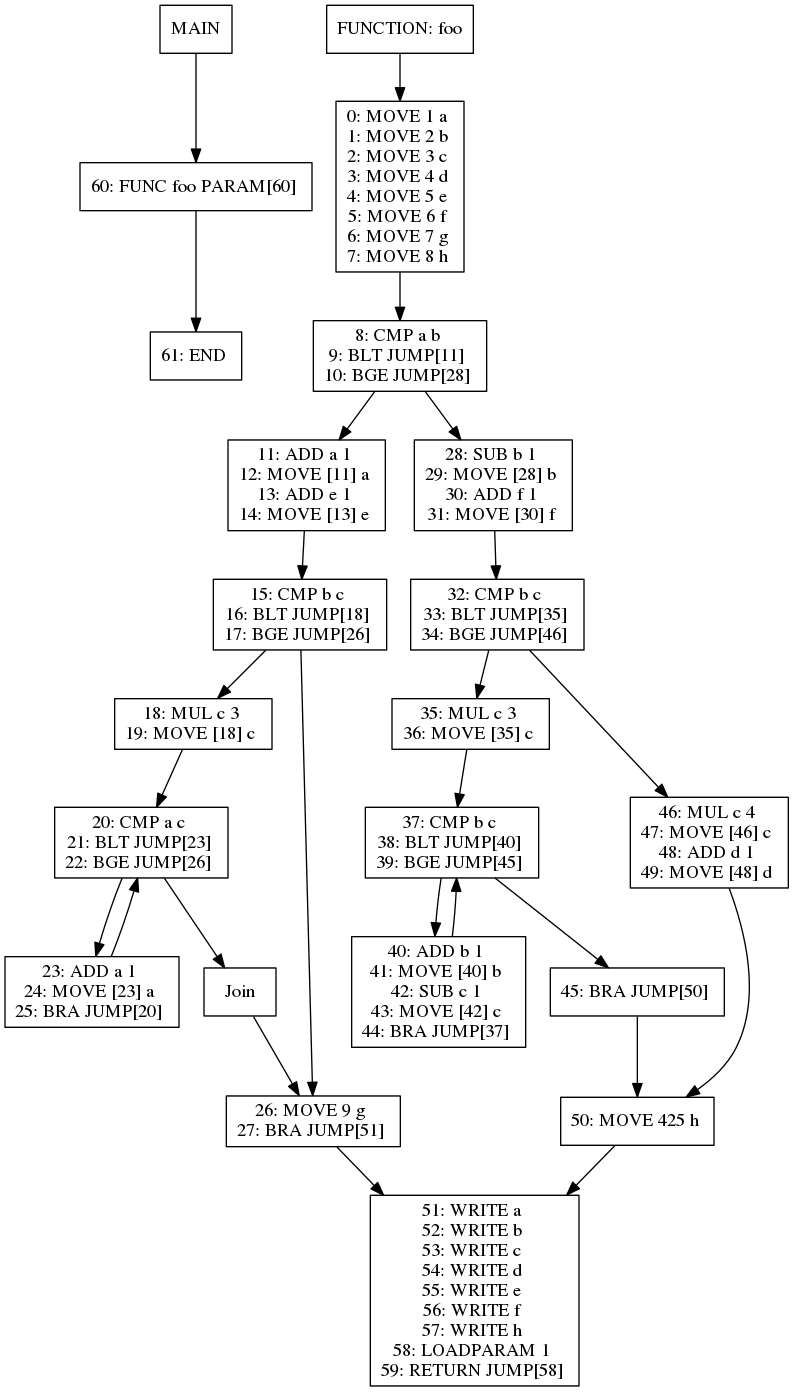
Earlier version of the Graphviz export viz/test013.dot.png (jiahanwang/PL241-Compiler). Its source is kept beside it as viz/test013.dot.
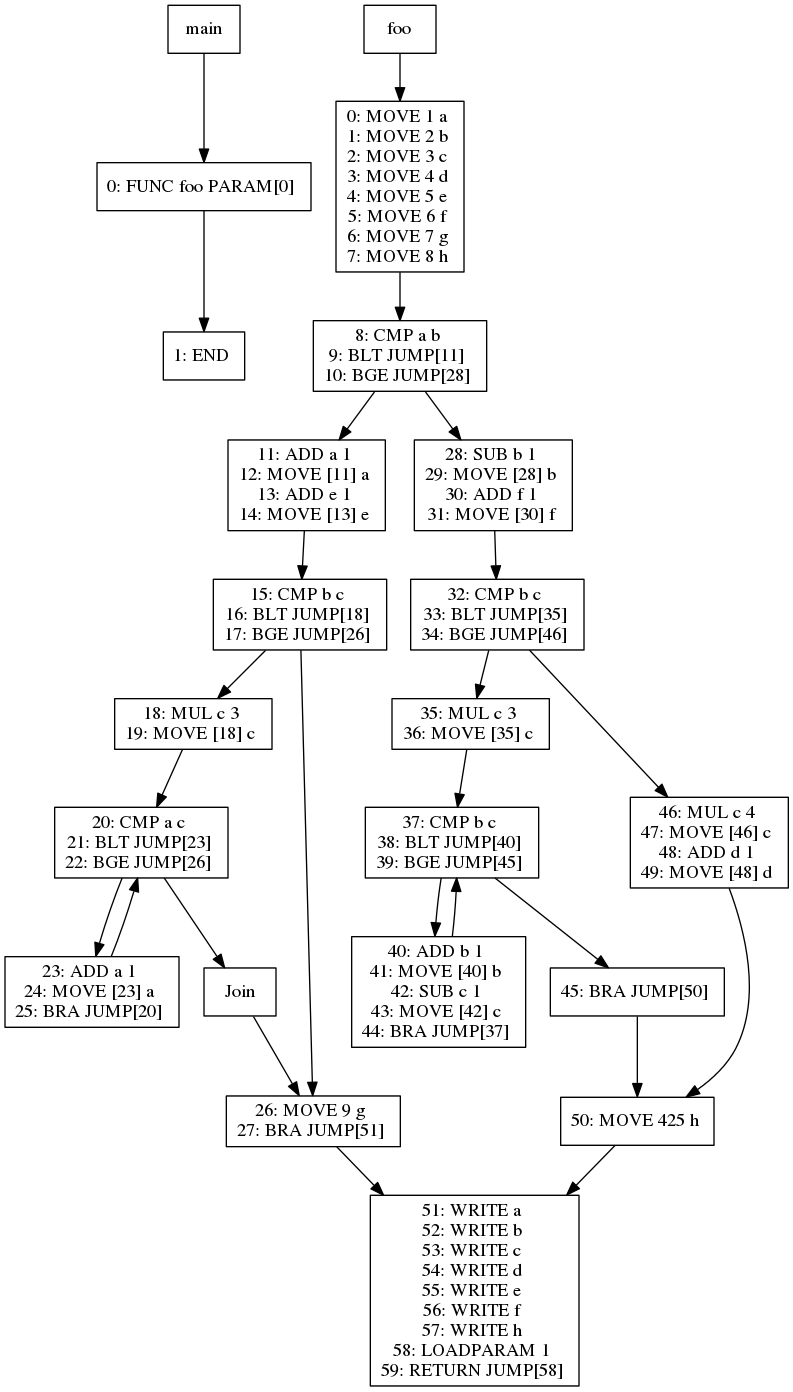
After the change.

The edit, as a diff of the source:
```diff
@@ -1,15 +1,15 @@
 digraph test013 {
 node [shape=box]
-1[label="MAIN"]
-1 -> 42
-42[label="60: FUNC foo PARAM[60]
+213[label="main"]
+213 -> 254
+254[label="0: FUNC foo PARAM[0]
 "]
-42 -> 43
-43[label="61: END
+254 -> 255
+255[label="1: END
 "]
-2[label="FUNCTION: foo"]
-2 -> 4
-4[label="0: MOVE 1 a
+214[label="foo"]
+214 -> 216
+216[label="0: MOVE 1 a
 1: MOVE 2 b
 2: MOVE 3 c
 3: MOVE 4 d
@@ -18,45 +18,45 @@
 6: MOVE 7 g
 7: MOVE 8 h
 "]
-4 -> 12
-12[label="8: CMP a b
+216 -> 224
+224[label="8: CMP a b
 9: BLT JUMP[11]
 10: BGE JUMP[28]
 "]
-12 -> 14
-14[label="11: ADD a 1
+224 -> 226
+226[label="11: ADD a 1
 12: MOVE [11] a
 13: ADD e 1
 14: MOVE [13] e
 "]
-14 -> 16
-16[label="15: CMP b c
+226 -> 228
+228[label="15: CMP b c
 16: BLT JUMP[18]
 17: BGE JUMP[26]
 "]
-16 -> 18
-18[label="18: MUL c 3
+228 -> 230
+230[label="18: MUL c 3
 19: MOVE [18] c
 "]
-18 -> 19
-19[label="20: CMP a c
+230 -> 231
+231[label="20: CMP a c
 21: BLT JUMP[23]
 22: BGE JUMP[26]
 "]
-19 -> 21
-21[label="23: ADD a 1
+231 -> 233
+233[label="23: ADD a 1
 24: MOVE [23] a
 25: BRA JUMP[20]
 "]
-21 -> 19
-19 -> 20
-20[label="Join"]
-20 -> 17
-17[label="26: MOVE 9 g
+233 -> 231
+231 -> 232
+232[label="Join"]
+232 -> 229
+229[label="26: MOVE 9 g
 27: BRA JUMP[51]
 "]
-17 -> 13
-13[label="51: WRITE a
+229 -> 225
+225[label="51: WRITE a
 52: WRITE b
 53: WRITE c
 54: WRITE d
@@ -66,47 +66,47 @@
 58: LOADPARAM 1
 59: RETURN JUMP[58]
 "]
-16 -> 17
-12 -> 23
-23[label="28: SUB b 1
+228 -> 229
+224 -> 235
+235[label="28: SUB b 1
 29: MOVE [28] b
 30: ADD f 1
 31: MOVE [30] f
 "]
-23 -> 25
-25[label="32: CMP b c
+235 -> 237
+237[label="32: CMP b c
 33: BLT JUMP[35]
 34: BGE JUMP[46]
 "]
-25 -> 27
-27[label="35: MUL c 3
+237 -> 239
+239[label="35: MUL c 3
 36: MOVE [35] c
 "]
-27 -> 28
-28[label="37: CMP b c
+239 -> 240
+240[label="37: CMP b c
 38: BLT JUMP[40]
 39: BGE JUMP[45]
 "]
-28 -> 30
-30[label="40: ADD b 1
+240 -> 242
+242[label="40: ADD b 1
 41: MOVE [40] b
 42: SUB c 1
 43: MOVE [42] c
 44: BRA JUMP[37]
 "]
-30 -> 28
-28 -> 29
-29[label="45: BRA JUMP[50]
+242 -> 240
+240 -> 241
+241[label="45: BRA JUMP[50]
 "]
-29 -> 26
-26[label="50: MOVE 425 h
+241 -> 238
+238[label="50: MOVE 425 h
 "]
-26 -> 13
-25 -> 32
-32[label="46: MUL c 4
+238 -> 225
+237 -> 244
+244[label="46: MUL c 4
 47: MOVE [46] c
 48: ADD d 1
 49: MOVE [48] d
 "]
-32 -> 26
+244 -> 238
 }
```
